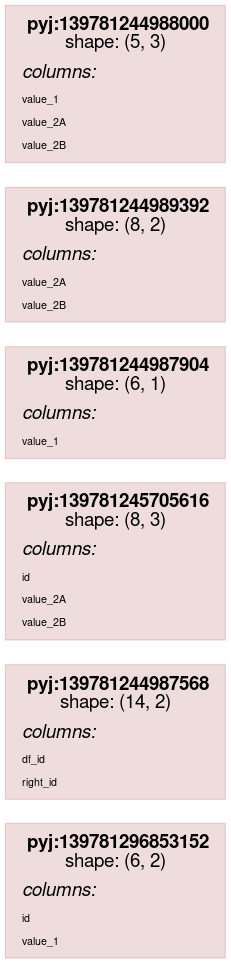
The Graphviz diagram scripts/rdflog/conditional_join.ttl.dot.png in asmirnov69/pyjviz-poc, before a commit. Its source is kept beside it as scripts/rdflog/conditional_join.ttl.dot.
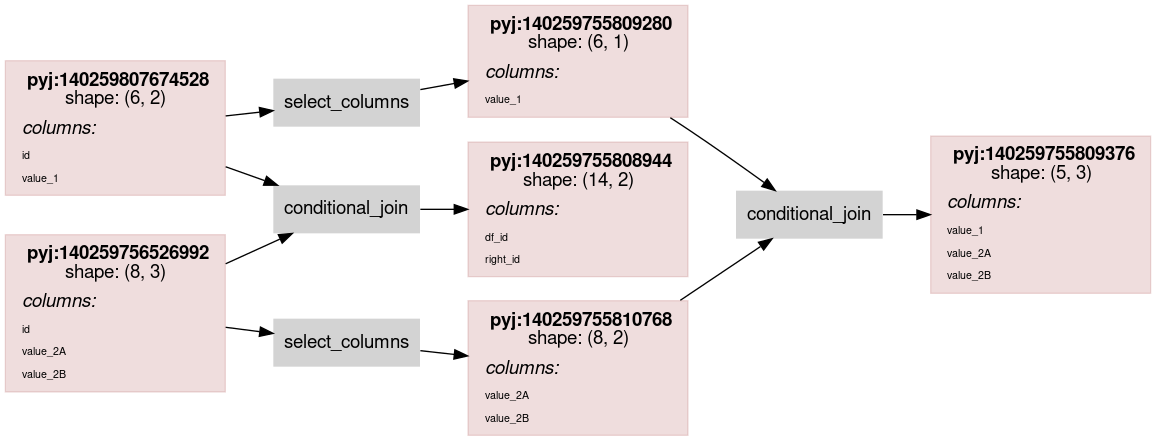
After the change.

The edit, as a diff of the source:
```diff
@@ -14,7 +14,7 @@
                 color="#88000022"
                 shape = rect
                 label = <<table border="0" cellborder="0" cellspacing="0" cellpadding="4">
-                         <tr> <td> <b>pyj:139781296853152</b><br/>shape: (6, 2)</td> </tr>
+                         <tr> <td> <b>pyj:140259807674528</b><br/>shape: (6, 2)</td> </tr>
                          <tr> <td align="left"><i>columns:</i><br align="left"/></td></tr>
                 <tr><td align="left"><FONT POINT-SIZE="8px">id</FONT></td></tr>
 <tr><td align="left"><FONT POINT-SIZE="8px">value_1</FONT></td></tr>
@@ -24,7 +24,7 @@
                 color="#88000022"
                 shape = rect
                 label = <<table border="0" cellborder="0" cellspacing="0" cellpadding="4">
-                         <tr> <td> <b>pyj:139781244987568</b><br/>shape: (14, 2)</td> </tr>
+                         <tr> <td> <b>pyj:140259755808944</b><br/>shape: (14, 2)</td> </tr>
                          <tr> <td align="left"><i>columns:</i><br align="left"/></td></tr>
                 <tr><td align="left"><FONT POINT-SIZE="8px">df_id</FONT></td></tr>
 <tr><td align="left"><FONT POINT-SIZE="8px">right_id</FONT></td></tr>
@@ -34,7 +34,7 @@
                 color="#88000022"
                 shape = rect
                 label = <<table border="0" cellborder="0" cellspacing="0" cellpadding="4">
-                         <tr> <td> <b>pyj:139781245705616</b><br/>shape: (8, 3)</td> </tr>
+                         <tr> <td> <b>pyj:140259756526992</b><br/>shape: (8, 3)</td> </tr>
                          <tr> <td align="left"><i>columns:</i><br align="left"/></td></tr>
                 <tr><td align="left"><FONT POINT-SIZE="8px">id</FONT></td></tr>
 <tr><td align="left"><FONT POINT-SIZE="8px">value_2A</FONT></td></tr>
@@ -45,7 +45,7 @@
                 color="#88000022"
                 shape = rect
                 label = <<table border="0" cellborder="0" cellspacing="0" cellpadding="4">
-                         <tr> <td> <b>pyj:139781244987904</b><br/>shape: (6, 1)</td> </tr>
+                         <tr> <td> <b>pyj:140259755809280</b><br/>shape: (6, 1)</td> </tr>
                          <tr> <td align="left"><i>columns:</i><br align="left"/></td></tr>
                 <tr><td align="left"><FONT POINT-SIZE="8px">value_1</FONT></td></tr>
                          </table>>
@@ -54,7 +54,7 @@
                 color="#88000022"
                 shape = rect
                 label = <<table border="0" cellborder="0" cellspacing="0" cellpadding="4">
-                         <tr> <td> <b>pyj:139781244989392</b><br/>shape: (8, 2)</td> </tr>
+                         <tr> <td> <b>pyj:140259755810768</b><br/>shape: (8, 2)</td> </tr>
                          <tr> <td align="left"><i>columns:</i><br align="left"/></td></tr>
                 <tr><td align="left"><FONT POINT-SIZE="8px">value_2A</FONT></td></tr>
 <tr><td align="left"><FONT POINT-SIZE="8px">value_2B</FONT></td></tr>
@@ -64,14 +64,25 @@
                 color="#88000022"
                 shape = rect
                 label = <<table border="0" cellborder="0" cellspacing="0" cellpadding="4">
-                         <tr> <td> <b>pyj:139781244988000</b><br/>shape: (5, 3)</td> </tr>
+                         <tr> <td> <b>pyj:140259755809376</b><br/>shape: (5, 3)</td> </tr>
                          <tr> <td align="left"><i>columns:</i><br align="left"/></td></tr>
                 <tr><td align="left"><FONT POINT-SIZE="8px">value_1</FONT></td></tr>
 <tr><td align="left"><FONT POINT-SIZE="8px">value_2A</FONT></td></tr>
 <tr><td align="left"><FONT POINT-SIZE="8px">value_2B</FONT></td></tr>
                          </table>>
                 ];
-subgraph cluster_0 {
-label = "None";
+node0_6 [ label = "conditional_join" ];
+node0_7 [ label = "select_columns" ];
+node0_8 [ label = "select_columns" ];
+node0_9 [ label = "conditional_join" ];
+node0_0 -> node0_6;
+node0_0 -> node0_7;
+node0_2 -> node0_6;
+node0_2 -> node0_8;
+node0_3 -> node0_9;
+node0_4 -> node0_9;
+node0_6 -> node0_1;
+node0_7 -> node0_3;
+node0_8 -> node0_4;
+node0_9 -> node0_5;
 }
-}
```
